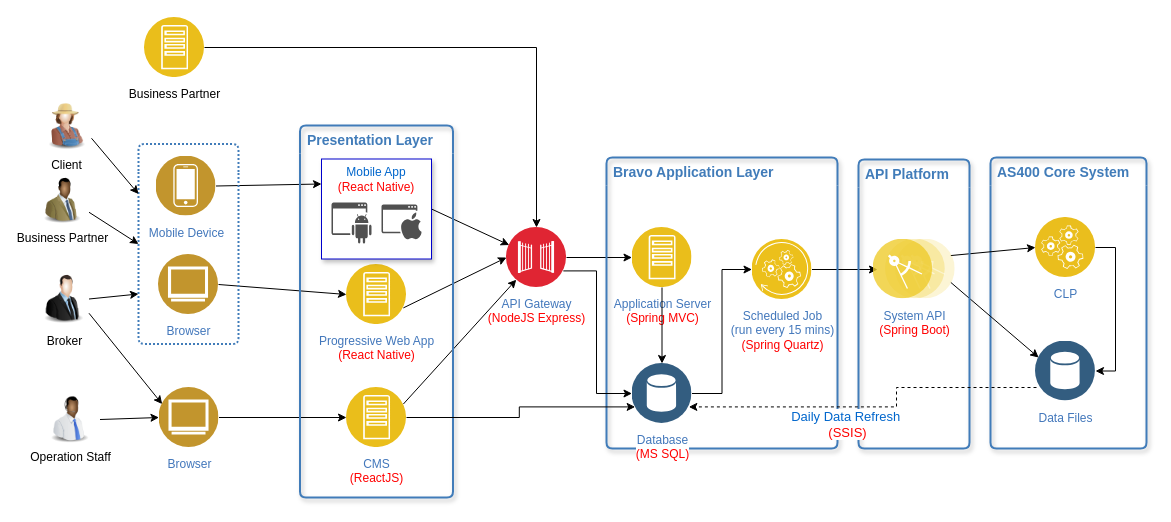
This is page "Logical Component" (1 of 2) of Bravo_Architecture (8).drawio from whalebig27/change-request-process-diagram, a draw.io file, before an edit. Source tidied: cells renumbered, new cells numbered last; positions are measured from the earlier drawing's top-left corner, leaving out a move shared by most shapes. Both pictures are drawn from the tidied source at 100%, with x=0, y=0 at pixel (36, 17).
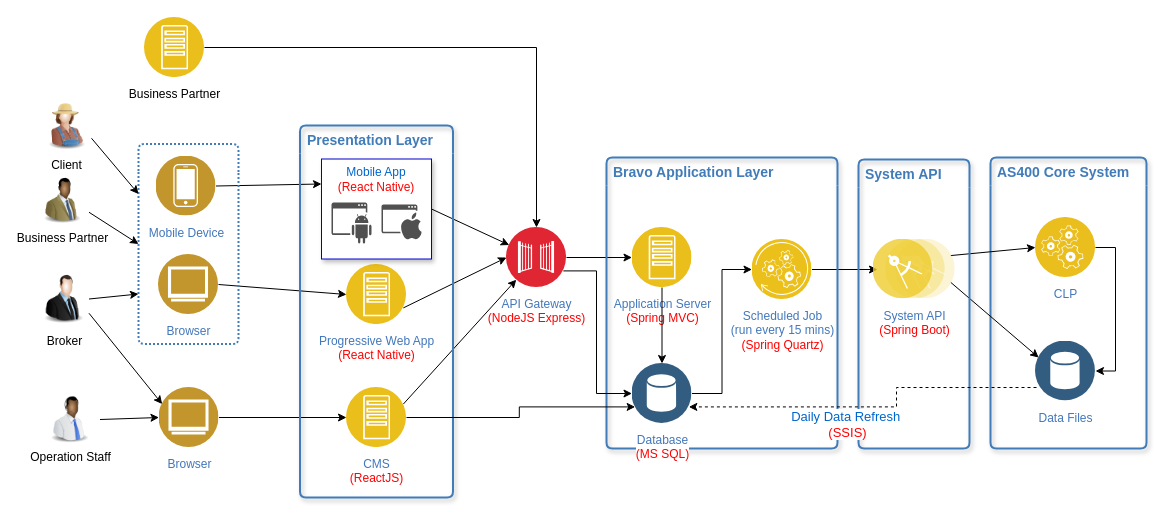
The same page after the edit.

Diff of the diagram source:
```diff
@@
-    <mxCell id="49" value="&lt;b&gt;&lt;font style=&quot;font-size: 14px&quot;&gt;API Platform&lt;/font&gt;&lt;/b&gt;" style="swimlane;fontStyle=0;horizontal=1;startSize=28;swimlaneLine=0;swimlaneFillColor=none;fillColor=none;rounded=1;whiteSpace=wrap;html=1;absoluteArcSize=1;arcSize=12;strokeColor=#417CB9;fontColor=#417CB9;verticalAlign=top;align=left;spacingLeft=5;dashed=0;strokeWidth=2;shadow=1;dashPattern=1 1;" parent="1" vertex="1">
+    <mxCell id="49" value="&lt;b&gt;&lt;font style=&quot;font-size: 14px&quot;&gt;System API&lt;/font&gt;&lt;/b&gt;" style="swimlane;fontStyle=0;horizontal=1;startSize=28;swimlaneLine=0;swimlaneFillColor=none;fillColor=none;rounded=1;whiteSpace=wrap;html=1;absoluteArcSize=1;arcSize=12;strokeColor=#417CB9;fontColor=#417CB9;verticalAlign=top;align=left;spacingLeft=5;dashed=0;strokeWidth=2;shadow=1;dashPattern=1 1;" parent="1" vertex="1">
       <mxGeometry x="822" y="142" width="111" height="289" as="geometry" />
     </mxCell>
```
